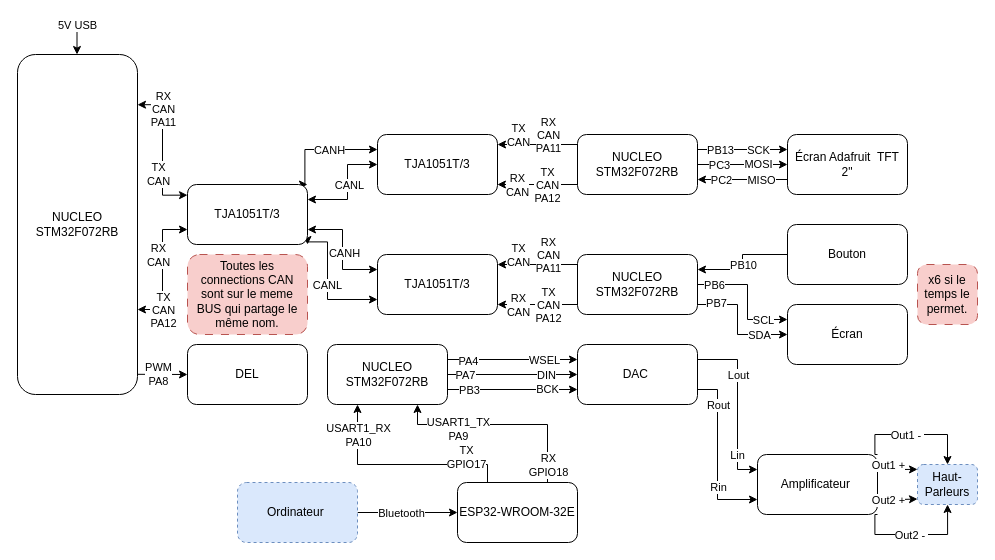
Before: Test2.drawio in McJorts/Devoir, a draw.io diagram. Source tidied: cells renumbered, new cells numbered last; positions are measured from the earlier drawing's top-left corner, leaving out a move shared by most shapes. Both pictures are drawn from the tidied source at 100%, with x=0, y=0 at pixel (17, 24).
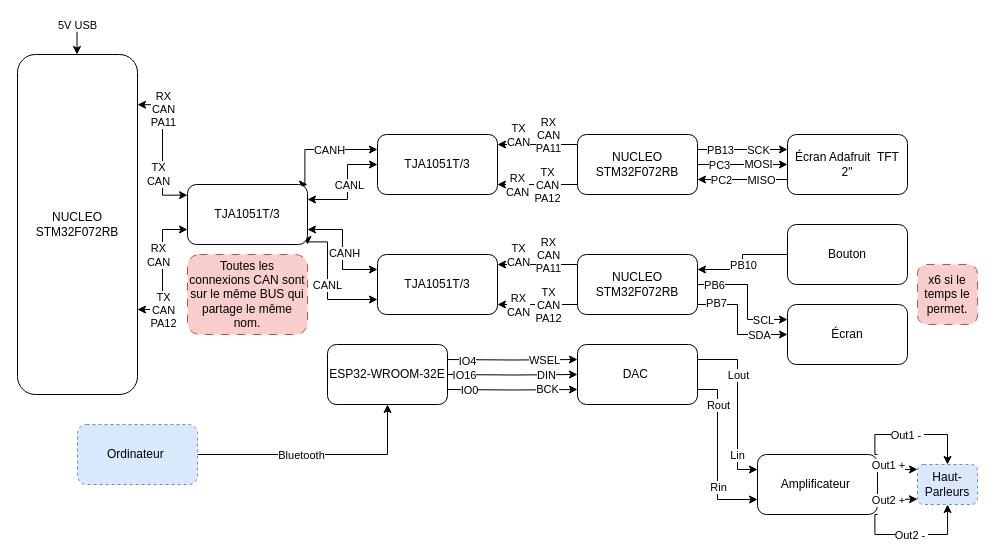
Above is the later version.

Unchanged cells that the change refers to:
```xml
<mxCell id="5" value="&lt;div&gt;NUCLEO&lt;/div&gt;&lt;div&gt;STM32F072RB&lt;/div&gt;" style="rounded=1;whiteSpace=wrap;html=1;roundedPerimeter=1;" parent="1" vertex="1">
  <mxGeometry y="30" width="120" height="340" as="geometry" />
</mxCell>
<mxCell id="82" value="DAC&amp;nbsp;" style="rounded=1;whiteSpace=wrap;html=1;roundedPerimeter=1;" parent="1" vertex="1">
  <mxGeometry x="560" y="320" width="120" height="60" as="geometry" />
</mxCell>
```

What changed in the source:
```diff
@@
-    <mxCell id="8" value="DEL" style="rounded=1;whiteSpace=wrap;html=1;roundedPerimeter=1;" parent="1" vertex="1">
-      <mxGeometry x="170" y="320" width="120" height="60" as="geometry" />
-    </mxCell>
-    <mxCell id="9" style="endArrow=classic;html=1;rounded=0;exitX=1.005;exitY=0.945;exitDx=0;exitDy=0;entryX=0;entryY=0.5;entryDx=0;entryDy=0;" parent="1" edge="1" source="5" target="8">
-      <mxGeometry x="0.46" relative="1" as="geometry" />
-    </mxCell>
-    <mxCell id="10" value="&lt;div&gt;PWM&lt;/div&gt;PA8" style="edgeLabel;html=1;align=center;verticalAlign=middle;" parent="9" vertex="1">
-      <mxGeometry x="0.78" relative="1" as="geometry">
-        <mxPoint x="-24" as="offset" />
-      </mxGeometry>
-    </mxCell>
@@
-    <mxCell id="44" style="edgeStyle=orthogonalEdgeStyle;rounded=0;jettySize=auto;html=1;exitX=1;exitY=0.25;exitDx=0;exitDy=0;entryX=0;entryY=0.25;entryDx=0;entryDy=0;" parent="1" edge="1" source="53" target="82">
-      <mxGeometry relative="1" as="geometry" />
+    <mxCell id="44" style="edgeStyle=orthogonalEdgeStyle;rounded=0;jettySize=auto;html=1;exitX=1;exitY=0.25;exitDx=0;exitDy=0;entryX=0;entryY=0.25;entryDx=0;entryDy=0;" parent="1" edge="1" target="82">
+      <mxGeometry relative="1" as="geometry">
+        <mxPoint x="430" y="335" as="sourcePoint" />
+      </mxGeometry>
     </mxCell>
@@
-    <mxCell id="46" value="PA4" style="edgeLabel;html=1;align=center;verticalAlign=middle;" parent="44" vertex="1">
+    <mxCell id="46" value="IO4" style="edgeLabel;html=1;align=center;verticalAlign=middle;" parent="44" vertex="1">
       <mxGeometry x="-0.7" y="-1" relative="1" as="geometry" />
     </mxCell>
-    <mxCell id="47" style="edgeStyle=orthogonalEdgeStyle;rounded=0;jettySize=auto;html=1;exitX=1;exitY=0.5;exitDx=0;exitDy=0;" parent="1" edge="1" source="53" target="82">
-      <mxGeometry relative="1" as="geometry" />
+    <mxCell id="47" style="edgeStyle=orthogonalEdgeStyle;rounded=0;jettySize=auto;html=1;exitX=1;exitY=0.5;exitDx=0;exitDy=0;" parent="1" edge="1" target="82">
+      <mxGeometry relative="1" as="geometry">
+        <mxPoint x="430" y="350" as="sourcePoint" />
+      </mxGeometry>
     </mxCell>
@@
-    <mxCell id="49" value="PA7" style="edgeLabel;html=1;align=center;verticalAlign=middle;" parent="47" vertex="1">
+    <mxCell id="49" value="IO16" style="edgeLabel;html=1;align=center;verticalAlign=middle;" parent="47" vertex="1">
       <mxGeometry x="-0.64" relative="1" as="geometry">
         <mxPoint x="-6" as="offset" />
       </mxGeometry>
     </mxCell>
-    <mxCell id="50" style="edgeStyle=orthogonalEdgeStyle;rounded=0;jettySize=auto;html=1;exitX=1;exitY=0.75;exitDx=0;exitDy=0;entryX=0;entryY=0.75;entryDx=0;entryDy=0;" parent="1" edge="1" source="53" target="82">
-      <mxGeometry relative="1" as="geometry" />
+    <mxCell id="50" style="edgeStyle=orthogonalEdgeStyle;rounded=0;jettySize=auto;html=1;exitX=1;exitY=0.75;exitDx=0;exitDy=0;entryX=0;entryY=0.75;entryDx=0;entryDy=0;" parent="1" edge="1" target="82">
+      <mxGeometry relative="1" as="geometry">
+        <mxPoint x="430" y="365" as="sourcePoint" />
+      </mxGeometry>
     </mxCell>
@@
-    <mxCell id="52" value="PB3" style="edgeLabel;html=1;align=center;verticalAlign=middle;" parent="50" vertex="1">
+    <mxCell id="52" value="IO0" style="edgeLabel;html=1;align=center;verticalAlign=middle;" parent="50" vertex="1">
       <mxGeometry x="-0.67" relative="1" as="geometry" />
     </mxCell>
-    <mxCell id="53" value="&lt;div&gt;NUCLEO&lt;/div&gt;&lt;div&gt;STM32F072RB&lt;/div&gt;" style="rounded=1;whiteSpace=wrap;html=1;roundedPerimeter=1;" parent="1" vertex="1">
-      <mxGeometry x="310" y="320" width="120" height="60" as="geometry" />
-    </mxCell>
@@
-    <mxCell id="66" style="edgeStyle=orthogonalEdgeStyle;rounded=0;jettySize=auto;html=1;exitX=0.25;exitY=1;exitDx=0;exitDy=0;entryX=0.25;entryY=0;entryDx=0;entryDy=0;startArrow=classic;startFill=1;endArrow=none;endFill=0;" parent="1" edge="1" source="53" target="72">
-      <mxGeometry relative="1" as="geometry">
-        <Array as="points">
-          <mxPoint x="340" y="440" />
-          <mxPoint x="470" y="440" />
-        </Array>
-      </mxGeometry>
-    </mxCell>
-    <mxCell id="67" value="&lt;div&gt;USART1_RX&lt;/div&gt;PA10" style="edgeLabel;html=1;align=center;verticalAlign=middle;" parent="66" vertex="1">
-      <mxGeometry x="-0.51" y="-1" relative="1" as="geometry">
-        <mxPoint x="1" y="-21" as="offset" />
-      </mxGeometry>
-    </mxCell>
-    <mxCell id="68" value="&lt;div&gt;TX&lt;/div&gt;&lt;div&gt;GPIO17&lt;/div&gt;" style="edgeLabel;html=1;align=center;verticalAlign=middle;" parent="66" vertex="1">
-      <mxGeometry x="0.62" y="1" relative="1" as="geometry">
-        <mxPoint y="-7" as="offset" />
-      </mxGeometry>
-    </mxCell>
-    <mxCell id="69" style="edgeStyle=orthogonalEdgeStyle;rounded=0;jettySize=auto;html=1;exitX=0.75;exitY=1;exitDx=0;exitDy=0;entryX=0.75;entryY=0;entryDx=0;entryDy=0;startArrow=classic;startFill=1;endArrow=none;endFill=0;" parent="1" edge="1" source="53" target="72">
-      <mxGeometry relative="1" as="geometry">
-        <Array as="points">
-          <mxPoint x="400" y="400" />
-          <mxPoint x="530" y="400" />
-        </Array>
-      </mxGeometry>
-    </mxCell>
-    <mxCell id="70" value="&lt;div&gt;USART1_TX&lt;/div&gt;&lt;div&gt;PA9&lt;/div&gt;" style="edgeLabel;html=1;align=center;verticalAlign=middle;" parent="69" vertex="1">
-      <mxGeometry x="-0.42" y="1" relative="1" as="geometry">
-        <mxPoint y="5" as="offset" />
-      </mxGeometry>
-    </mxCell>
-    <mxCell id="71" value="&lt;div&gt;RX&lt;/div&gt;&lt;div&gt;GPIO18&lt;/div&gt;" style="edgeLabel;html=1;align=center;verticalAlign=middle;" parent="69" vertex="1">
-      <mxGeometry x="0.36" y="1" relative="1" as="geometry">
-        <mxPoint x="9" y="41" as="offset" />
-      </mxGeometry>
-    </mxCell>
     <mxCell id="72" value=" ESP32-WROOM-32E" style="rounded=1;whiteSpace=wrap;html=1;roundedPerimeter=1;" parent="1" vertex="1">
-      <mxGeometry x="440" y="458" width="120" height="60" as="geometry" />
+      <mxGeometry x="310" y="320" width="120" height="60" as="geometry" />
     </mxCell>
@@
     <mxCell id="75" value="Ordinateur&amp;nbsp;" style="rounded=1;whiteSpace=wrap;html=1;roundedPerimeter=1;fillColor=#dae8fc;strokeColor=#6c8ebf;dashed=1;" parent="1" vertex="1">
-      <mxGeometry x="220" y="458" width="120" height="60" as="geometry" />
+      <mxGeometry x="60" y="400" width="120" height="60" as="geometry" />
     </mxCell>
@@
-    <mxCell id="97" value="Toutes les connections CAN sont sur le meme BUS qui partage le même nom." style="rounded=1;whiteSpace=wrap;html=1;roundedPerimeter=1;fillColor=#f8cecc;strokeColor=#b85450;dashed=1;dashPattern=8 8;" parent="1" vertex="1">
+    <mxCell id="97" value="Toutes les connexions CAN sont sur le même BUS qui partage le même nom." style="rounded=1;whiteSpace=wrap;html=1;roundedPerimeter=1;fillColor=#f8cecc;strokeColor=#b85450;dashed=1;dashPattern=8 8;" parent="1" vertex="1">
       <mxGeometry x="170" y="230" width="120" height="80" as="geometry" />
     </mxCell>
```
